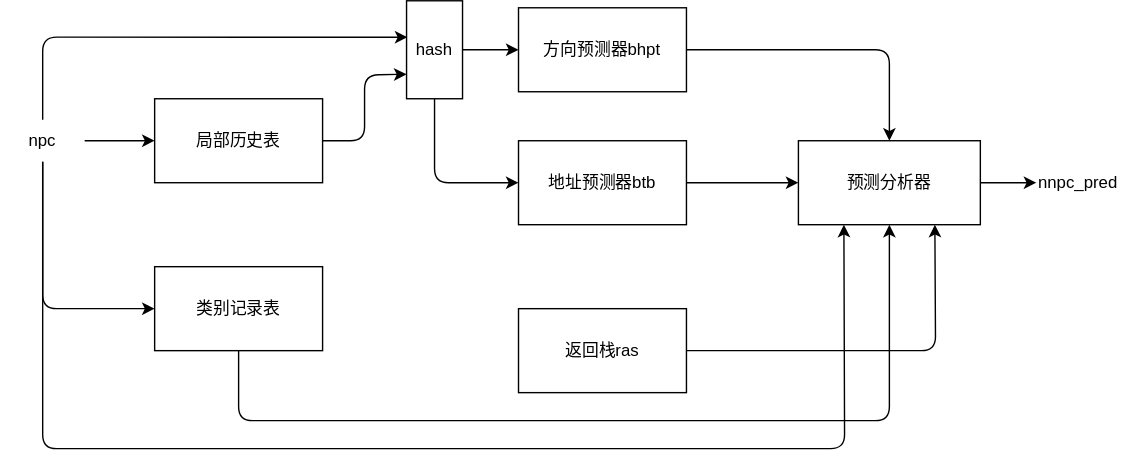
XhyDds/creep keeps this draw.io diagram as docs/report_final/pred.svg. Above is the earlier version. Source tidied: cells renumbered, new cells last; positions are measured from the earlier drawing's top-left corner, leaving out a move shared by most shapes.
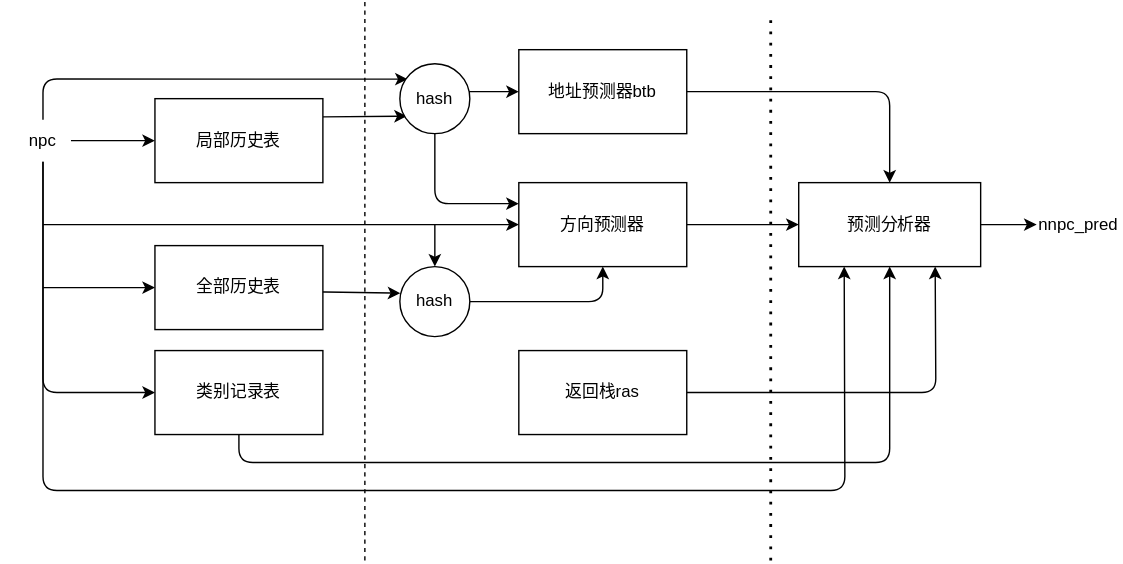
The same diagram one commit later.

Change to the diagram source:
```diff
@@ -2,16 +2,14 @@
   <root>
     <mxCell id="0" />
     <mxCell id="1" parent="0" />
-    <mxCell id="2" style="edgeStyle=none;html=1;exitX=1;exitY=0.5;exitDx=0;exitDy=0;entryX=0;entryY=0.75;entryDx=0;entryDy=0;" parent="1" edge="1" source="3" target="19">
-      <mxGeometry relative="1" as="geometry">
-        <Array as="points">
-          <mxPoint x="260" y="100" />
-          <mxPoint x="260" y="53" />
-        </Array>
-      </mxGeometry>
-    </mxCell>
+    <mxCell id="23" style="edgeStyle=none;html=1;entryX=0;entryY=0.75;entryDx=0;entryDy=0;" parent="1" edge="1">
+      <mxGeometry relative="1" as="geometry">
+        <mxPoint x="230" y="53" as="sourcePoint" />
+        <mxPoint x="290" y="52.5" as="targetPoint" />
+      </mxGeometry>
+    </mxCell>
     <mxCell id="3" value="局部历史表" style="rounded=0;whiteSpace=wrap;html=1;" parent="1" vertex="1">
-      <mxGeometry x="110" y="70" width="120" height="60" as="geometry" />
+      <mxGeometry x="110" y="40" width="120" height="60" as="geometry" />
     </mxCell>
     <mxCell id="4" style="edgeStyle=none;html=1;exitX=1;exitY=0.5;exitDx=0;exitDy=0;entryX=0.5;entryY=0;entryDx=0;entryDy=0;" parent="1" edge="1" source="5" target="22">
       <mxGeometry relative="1" as="geometry">
@@ -20,13 +18,13 @@
         </Array>
       </mxGeometry>
     </mxCell>
-    <mxCell id="5" value="方向预测器bhpt" style="rounded=0;whiteSpace=wrap;html=1;" parent="1" vertex="1">
+    <mxCell id="5" value="地址预测器btb" style="rounded=0;whiteSpace=wrap;html=1;" parent="1" vertex="1">
       <mxGeometry x="370" y="5" width="120" height="60" as="geometry" />
     </mxCell>
     <mxCell id="6" style="edgeStyle=none;html=1;exitX=1;exitY=0.5;exitDx=0;exitDy=0;entryX=0;entryY=0.5;entryDx=0;entryDy=0;" parent="1" edge="1" source="7" target="22">
       <mxGeometry relative="1" as="geometry" />
     </mxCell>
-    <mxCell id="7" value="地址预测器btb" style="rounded=0;whiteSpace=wrap;html=1;" parent="1" vertex="1">
+    <mxCell id="7" value="方向预测器" style="rounded=0;whiteSpace=wrap;html=1;" parent="1" vertex="1">
       <mxGeometry x="370" y="100" width="120" height="60" as="geometry" />
     </mxCell>
     <mxCell id="8" style="edgeStyle=none;html=1;exitX=1;exitY=0.5;exitDx=0;exitDy=0;entryX=0.75;entryY=1;entryDx=0;entryDy=0;" parent="1" edge="1" source="9" target="22">
@@ -48,20 +46,23 @@
       </mxGeometry>
     </mxCell>
     <mxCell id="11" value="类别记录表" style="rounded=0;whiteSpace=wrap;html=1;" parent="1" vertex="1">
-      <mxGeometry x="110" y="190" width="120" height="60" as="geometry" />
+      <mxGeometry x="110" y="220" width="120" height="60" as="geometry" />
     </mxCell>
-    <mxCell id="12" style="edgeStyle=none;html=1;exitX=1;exitY=0.5;exitDx=0;exitDy=0;entryX=0;entryY=0.5;entryDx=0;entryDy=0;" parent="1" edge="1" source="16" target="3">
-      <mxGeometry relative="1" as="geometry" />
+    <mxCell id="12" style="edgeStyle=none;html=1;entryX=0;entryY=0.5;entryDx=0;entryDy=0;" parent="1" edge="1" target="3">
+      <mxGeometry relative="1" as="geometry">
+        <mxPoint x="50" y="70" as="sourcePoint" />
+      </mxGeometry>
     </mxCell>
     <mxCell id="13" style="edgeStyle=none;html=1;exitX=0.5;exitY=1;exitDx=0;exitDy=0;entryX=0;entryY=0.5;entryDx=0;entryDy=0;" parent="1" edge="1" source="16" target="11">
       <mxGeometry relative="1" as="geometry">
         <Array as="points">
-          <mxPoint x="30" y="220" />
+          <mxPoint x="30" y="250" />
         </Array>
       </mxGeometry>
     </mxCell>
-    <mxCell id="14" style="edgeStyle=none;html=1;exitX=0.5;exitY=0;exitDx=0;exitDy=0;entryX=0.016;entryY=0.372;entryDx=0;entryDy=0;entryPerimeter=0;" parent="1" edge="1" source="16" target="19">
+    <mxCell id="14" style="edgeStyle=none;html=1;exitX=0.5;exitY=0;exitDx=0;exitDy=0;entryX=0.016;entryY=0.372;entryDx=0;entryDy=0;entryPerimeter=0;" parent="1" edge="1" source="16">
       <mxGeometry relative="1" as="geometry">
+        <mxPoint x="290.6" y="26" as="targetPoint" />
         <Array as="points">
           <mxPoint x="30" y="26" />
         </Array>
@@ -76,21 +77,21 @@
       </mxGeometry>
     </mxCell>
     <mxCell id="16" value="npc" style="text;html=1;strokeColor=none;fillColor=none;align=center;verticalAlign=middle;whiteSpace=wrap;rounded=0;" parent="1" vertex="1">
-      <mxGeometry y="85" width="60" height="30" as="geometry" />
+      <mxGeometry y="55" width="60" height="30" as="geometry" />
     </mxCell>
-    <mxCell id="17" style="edgeStyle=none;html=1;exitX=1;exitY=0.5;exitDx=0;exitDy=0;entryX=0;entryY=0.5;entryDx=0;entryDy=0;" parent="1" edge="1" source="19" target="5">
-      <mxGeometry relative="1" as="geometry" />
+    <mxCell id="17" style="edgeStyle=none;html=1;exitX=1;exitY=0.5;exitDx=0;exitDy=0;entryX=0;entryY=0.5;entryDx=0;entryDy=0;" parent="1" edge="1" target="5">
+      <mxGeometry relative="1" as="geometry">
+        <mxPoint x="330" y="35" as="sourcePoint" />
+      </mxGeometry>
     </mxCell>
-    <mxCell id="18" style="edgeStyle=none;html=1;exitX=0.5;exitY=1;exitDx=0;exitDy=0;entryX=0;entryY=0.5;entryDx=0;entryDy=0;" parent="1" edge="1" source="19" target="7">
+    <mxCell id="18" style="edgeStyle=none;html=1;entryX=0;entryY=0.25;entryDx=0;entryDy=0;" parent="1" edge="1" target="7">
       <mxGeometry relative="1" as="geometry">
+        <mxPoint x="310" y="60" as="sourcePoint" />
         <Array as="points">
-          <mxPoint x="310" y="130" />
+          <mxPoint x="310" y="115" />
         </Array>
       </mxGeometry>
     </mxCell>
-    <mxCell id="19" value="hash" style="rounded=0;whiteSpace=wrap;html=1;" parent="1" vertex="1">
-      <mxGeometry x="290" width="40" height="70" as="geometry" />
-    </mxCell>
     <mxCell id="20" value="nnpc_pred" style="text;html=1;strokeColor=none;fillColor=none;align=center;verticalAlign=middle;whiteSpace=wrap;rounded=0;" parent="1" vertex="1">
       <mxGeometry x="740" y="115" width="60" height="30" as="geometry" />
     </mxCell>
@@ -100,5 +101,54 @@
     <mxCell id="22" value="预测分析器" style="rounded=0;whiteSpace=wrap;html=1;" parent="1" vertex="1">
       <mxGeometry x="570" y="100" width="130" height="60" as="geometry" />
     </mxCell>
+    <mxCell id="24" style="edgeStyle=none;html=1;entryX=0.007;entryY=0.38;entryDx=0;entryDy=0;entryPerimeter=0;" parent="1" edge="1" target="32">
+      <mxGeometry relative="1" as="geometry">
+        <mxPoint x="220" y="178" as="sourcePoint" />
+      </mxGeometry>
+    </mxCell>
+    <mxCell id="25" value="全部历史表" style="rounded=0;whiteSpace=wrap;html=1;" parent="1" vertex="1">
+      <mxGeometry x="110" y="145" width="120" height="60" as="geometry" />
+    </mxCell>
+    <mxCell id="26" style="edgeStyle=none;html=1;exitX=1;exitY=0.5;exitDx=0;exitDy=0;entryX=0.5;entryY=1;entryDx=0;entryDy=0;" parent="1" edge="1" source="32" target="7">
+      <mxGeometry relative="1" as="geometry">
+        <Array as="points">
+          <mxPoint x="430" y="185" />
+        </Array>
+      </mxGeometry>
+    </mxCell>
+    <mxCell id="27" style="endArrow=classic;html=1;entryX=0;entryY=0.5;entryDx=0;entryDy=0;" parent="1" edge="1" target="7">
+      <mxGeometry relative="1" as="geometry">
+        <mxPoint x="30" y="130" as="sourcePoint" />
+      </mxGeometry>
+    </mxCell>
+    <mxCell id="28" style="endArrow=classic;html=1;entryX=0.5;entryY=0;entryDx=0;entryDy=0;" parent="1" edge="1">
+      <mxGeometry relative="1" as="geometry">
+        <mxPoint x="310" y="130" as="sourcePoint" />
+        <mxPoint x="310" y="160" as="targetPoint" />
+      </mxGeometry>
+    </mxCell>
+    <mxCell id="29" style="endArrow=classic;html=1;entryX=0;entryY=0.5;entryDx=0;entryDy=0;" parent="1" edge="1" target="25">
+      <mxGeometry relative="1" as="geometry">
+        <mxPoint x="30" y="175" as="sourcePoint" />
+      </mxGeometry>
+    </mxCell>
+    <mxCell id="30" style="endArrow=none;dashed=1;html=1;" parent="1" edge="1">
+      <mxGeometry relative="1" as="geometry">
+        <mxPoint x="260" y="370" as="sourcePoint" />
+        <mxPoint x="260" y="-30" as="targetPoint" />
+      </mxGeometry>
+    </mxCell>
+    <mxCell id="31" style="endArrow=none;dashed=1;html=1;dashPattern=1 3;strokeWidth=2;" parent="1" edge="1">
+      <mxGeometry relative="1" as="geometry">
+        <mxPoint x="550" y="370" as="sourcePoint" />
+        <mxPoint x="550" y="-20" as="targetPoint" />
+      </mxGeometry>
+    </mxCell>
+    <mxCell id="32" value="hash" style="ellipse;whiteSpace=wrap;html=1;" parent="1" vertex="1">
+      <mxGeometry x="285" y="160" width="50" height="50" as="geometry" />
+    </mxCell>
+    <mxCell id="33" value="hash" style="ellipse;whiteSpace=wrap;html=1;" parent="1" vertex="1">
+      <mxGeometry x="285" y="15" width="50" height="50" as="geometry" />
+    </mxCell>
   </root>
 </mxGraphModel>
```
